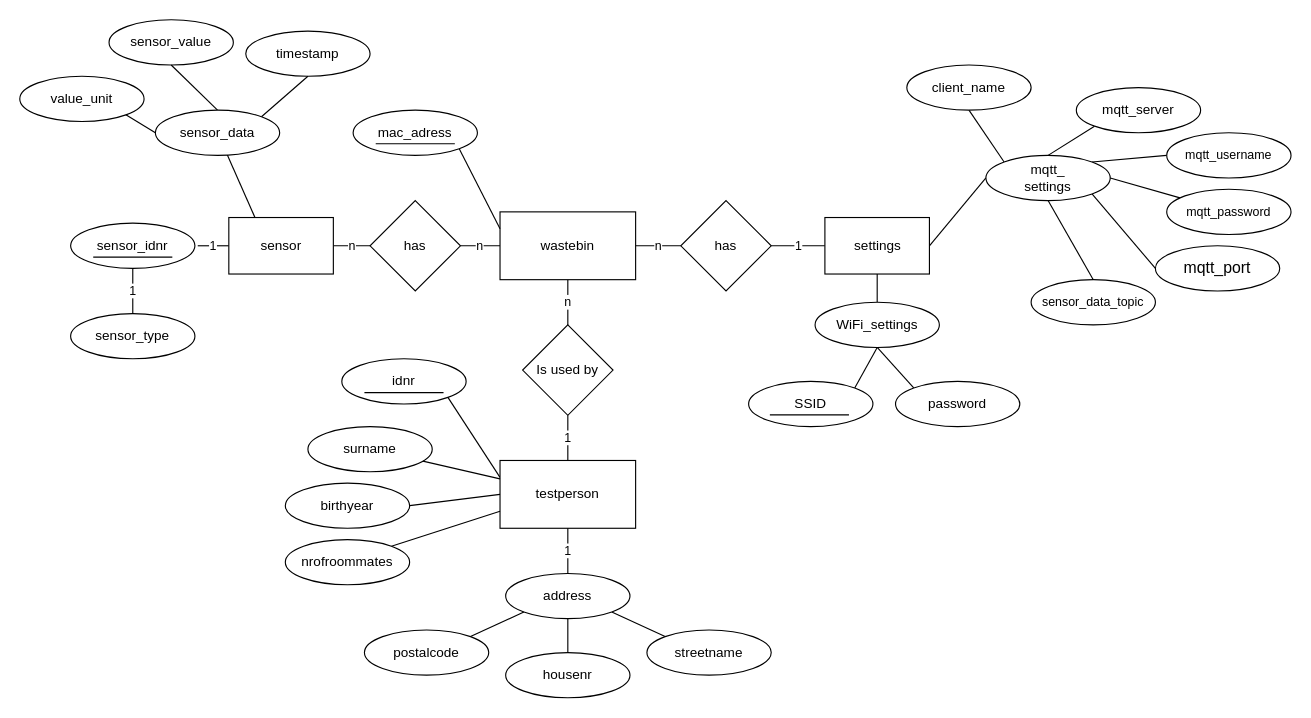
Before: WasteBinDBER.drawio in Casperdroid5/IoT-WasteBin-prototype, a draw.io diagram. Source tidied: cells renumbered, new cells numbered last; positions are measured from the earlier drawing's top-left corner, leaving out a move shared by most shapes. Both pictures are drawn from the tidied source at 113%, with x=0, y=0 at pixel (19, 19).
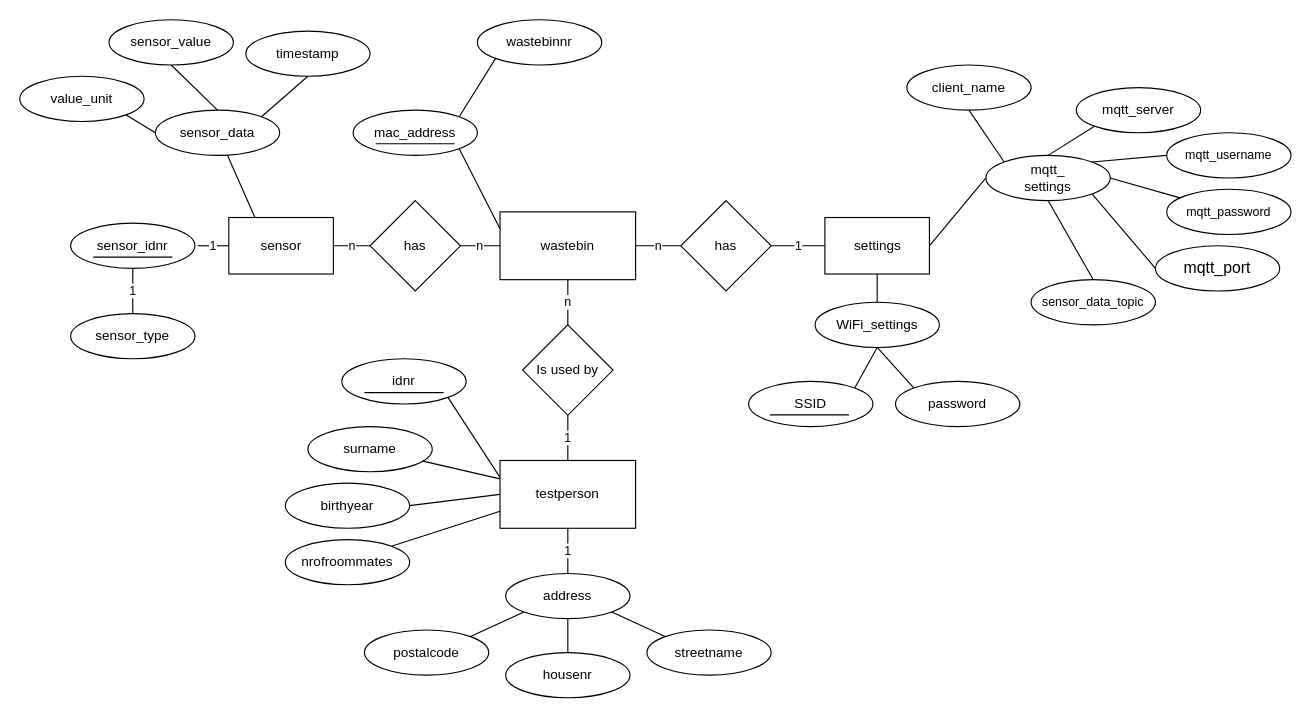
The same page after the edit.

Commit message (it also covers changes not shown here):
improved database, added columns and better datatypes

Change to the diagram source:
```diff
@@
+    <mxCell id="69" style="edgeStyle=none;html=1;exitX=1;exitY=0;exitDx=0;exitDy=0;entryX=0;entryY=1;entryDx=0;entryDy=0;endArrow=none;endFill=0;" parent="1" edge="1" source="6" target="70">
+      <mxGeometry relative="1" as="geometry" />
+    </mxCell>
-    <mxCell id="6" value="mac_adress" style="ellipse;whiteSpace=wrap;html=1;" parent="1" vertex="1">
+    <mxCell id="6" value="mac_address" style="ellipse;whiteSpace=wrap;html=1;" parent="1" vertex="1">
       <mxGeometry x="295" y="80" width="110" height="40" as="geometry" />
     </mxCell>
@@
+    <mxCell id="70" value="wastebinnr" style="ellipse;whiteSpace=wrap;html=1;" parent="1" vertex="1">
+      <mxGeometry x="405" width="110" height="40" as="geometry" />
+    </mxCell>
```
